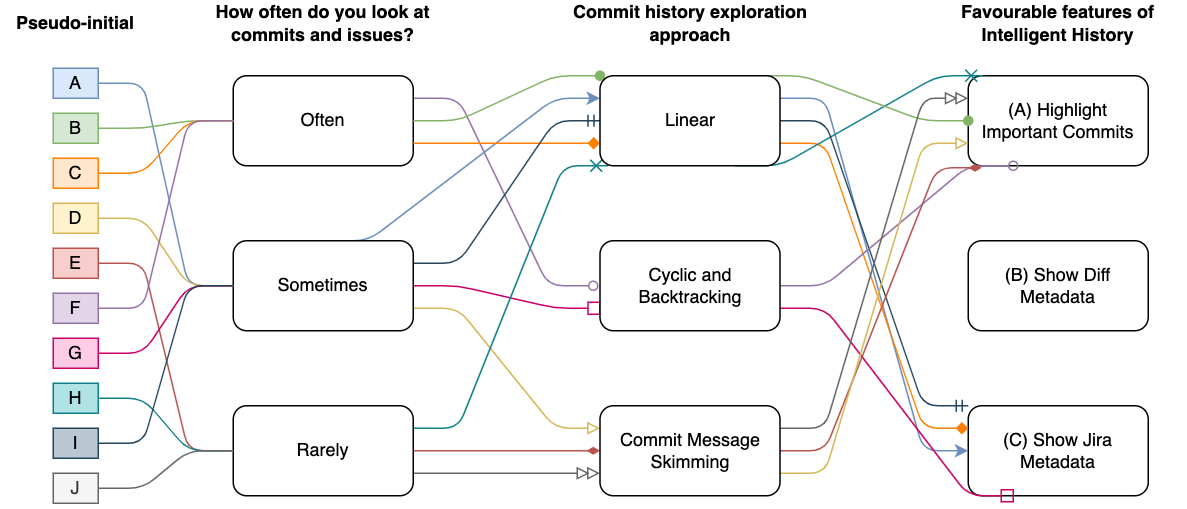
Above: images/flow-chart-ind.png in alison-li/ubcthesis (draw.io), before the change. Source tidied: cells renumbered, new cells last; positions are measured from the earlier drawing's top-left corner, leaving out a move shared by most shapes.
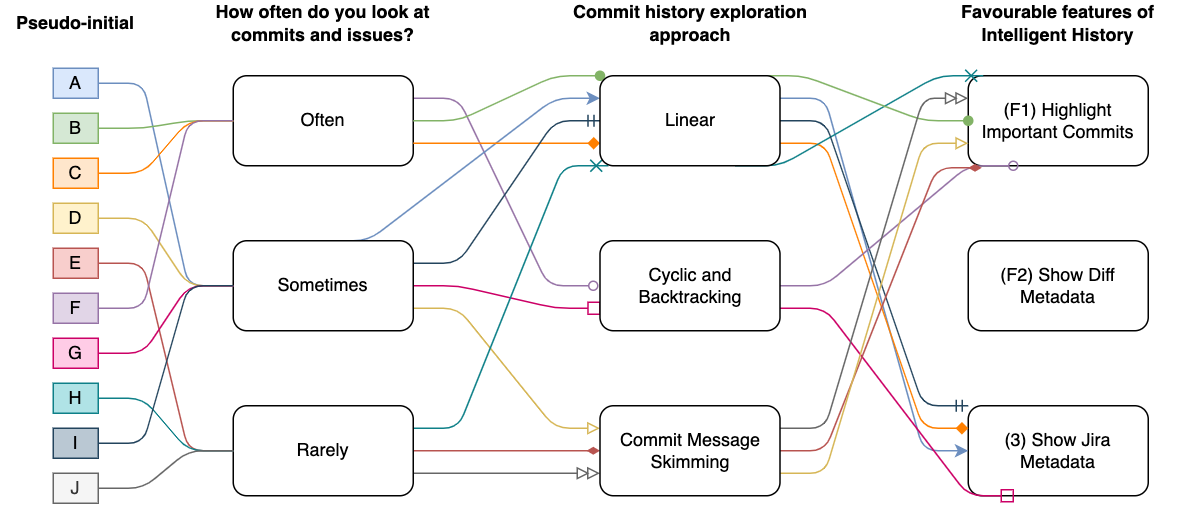
Above is the later version.

What changed in the source:
```diff
@@ -2,13 +2,13 @@
   <root>
     <mxCell id="0" />
     <mxCell id="1" parent="0" />
-    <mxCell id="2" value="(A) Highlight Important Commits" style="rounded=1;whiteSpace=wrap;html=1;align=center;" parent="1" vertex="1">
+    <mxCell id="2" value="(F1) Highlight Important Commits" style="rounded=1;whiteSpace=wrap;html=1;align=center;" parent="1" vertex="1">
       <mxGeometry x="645" y="50" width="120" height="60" as="geometry" />
     </mxCell>
-    <mxCell id="3" value="(B) Show Diff Metadata" style="rounded=1;whiteSpace=wrap;html=1;" parent="1" vertex="1">
+    <mxCell id="3" value="(F2) Show Diff Metadata" style="rounded=1;whiteSpace=wrap;html=1;" parent="1" vertex="1">
       <mxGeometry x="645" y="160" width="120" height="60" as="geometry" />
     </mxCell>
-    <mxCell id="4" value="(C) Show Jira Metadata" style="rounded=1;whiteSpace=wrap;html=1;" parent="1" vertex="1">
+    <mxCell id="4" value="(3) Show Jira Metadata" style="rounded=1;whiteSpace=wrap;html=1;" parent="1" vertex="1">
       <mxGeometry x="645" y="270" width="120" height="60" as="geometry" />
     </mxCell>
     <mxCell id="5" style="edgeStyle=entityRelationEdgeStyle;jettySize=auto;html=1;exitX=1;exitY=0.25;exitDx=0;exitDy=0;strokeWidth=1;fillColor=#e1d5e7;strokeColor=#9673a6;endArrow=oval;endFill=0;" parent="1" edge="1" source="6">
```
